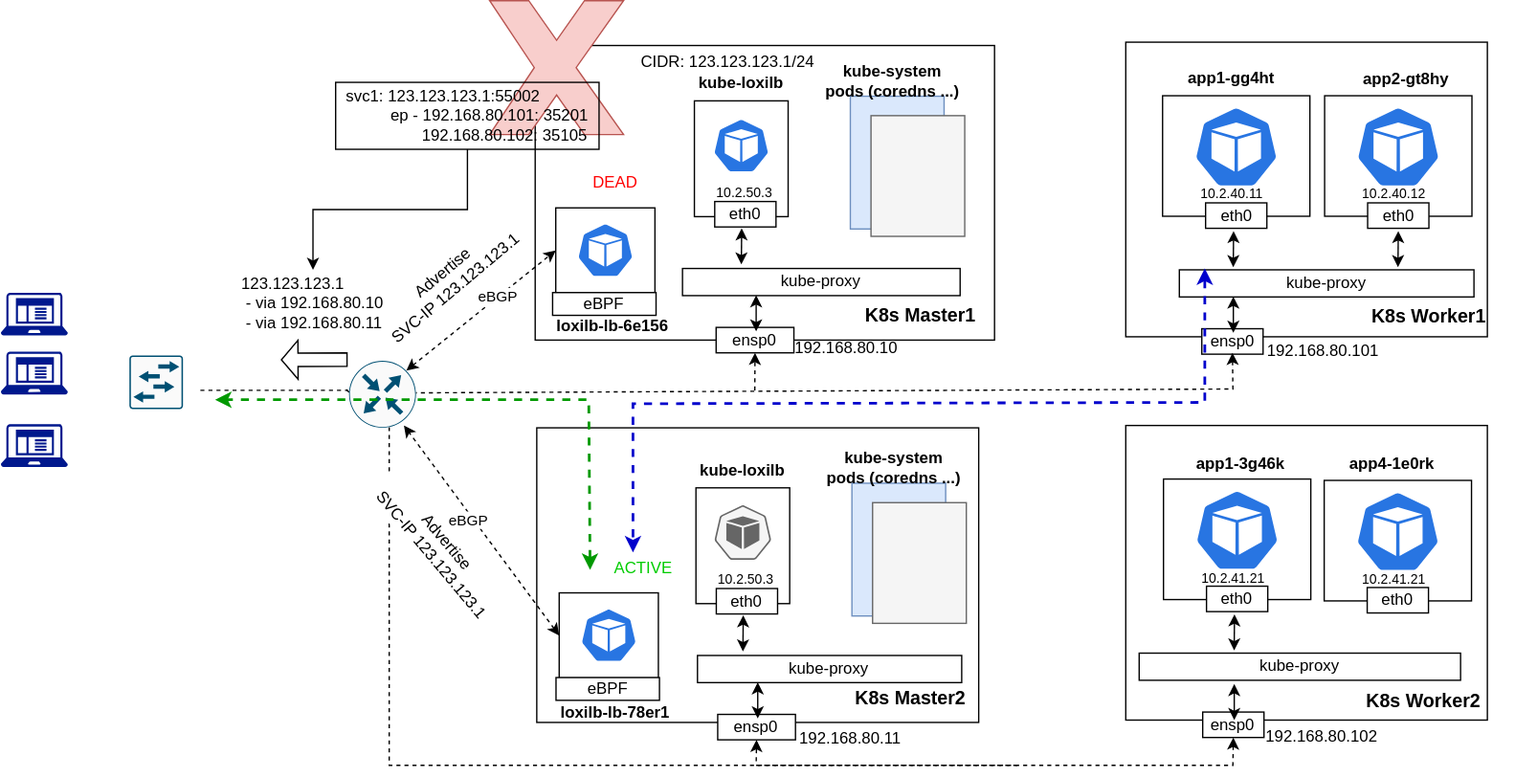
Earlier version of the draw.io export docs/photos/loxilb-k8s-arch-LoxiLB-HA-L3-ECMP-2.drawio.svg (loxilb-io/loxilbdocs). Source tidied: cells renumbered, new cells last; positions are measured from the earlier drawing's top-left corner, leaving out a move shared by most shapes.
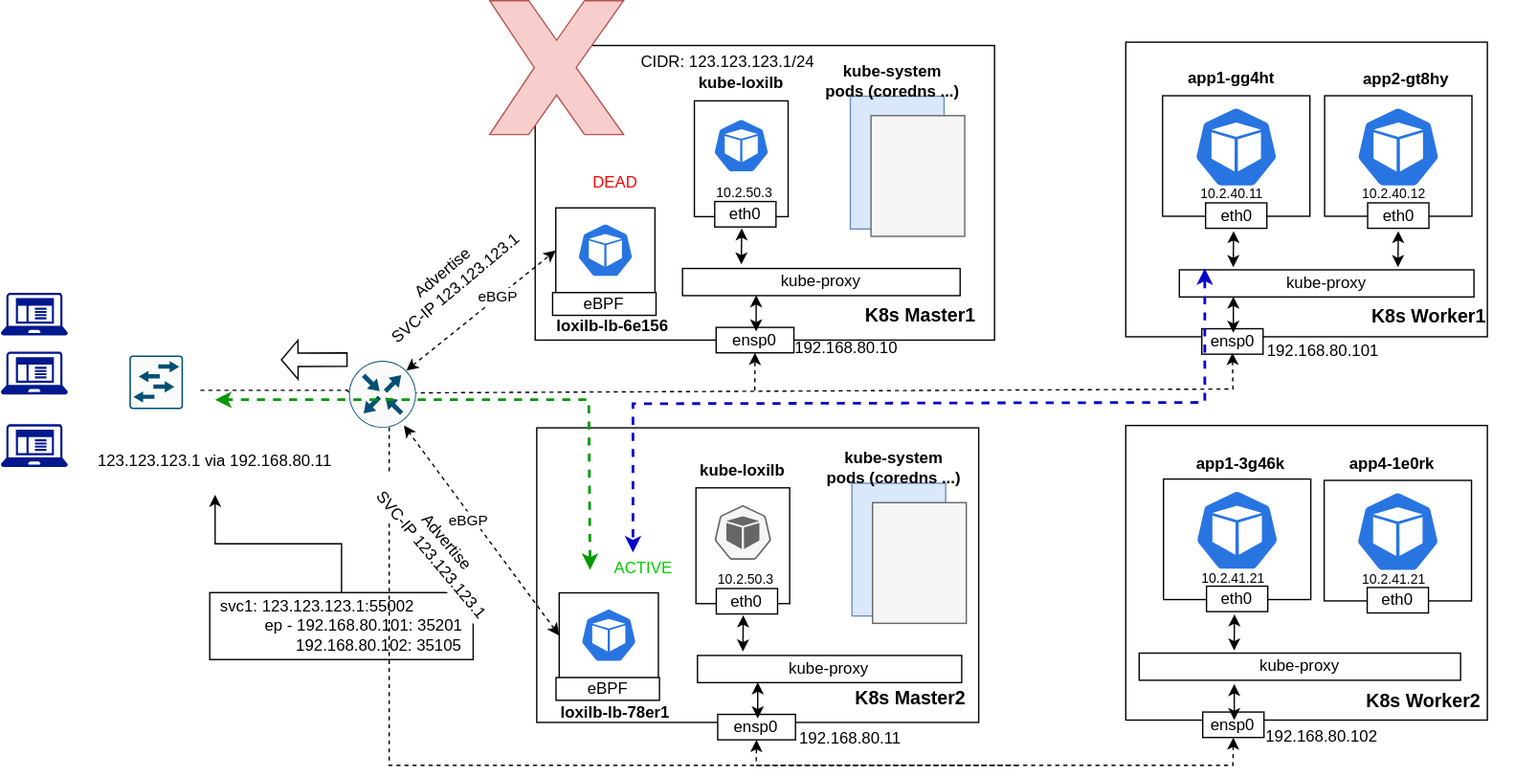
The same diagram one commit later.

The edit, as a diff of the source:
```diff
@@ -301,7 +301,7 @@
       <mxGeometry relative="1" as="geometry" />
     </mxCell>
     <mxCell id="86" value="&lt;div style=&quot;text-align: left;&quot;&gt;&lt;span style=&quot;background-color: initial;&quot;&gt;svc1: 123.123.123.1:55002&lt;/span&gt;&lt;br&gt;&lt;/div&gt;&lt;div style=&quot;text-align: left;&quot;&gt;&lt;span style=&quot;background-color: initial;&quot;&gt;&amp;nbsp; &amp;nbsp; &amp;nbsp; &amp;nbsp; &amp;nbsp; ep - 192.168.80.101: 35201&lt;/span&gt;&lt;/div&gt;&lt;div style=&quot;text-align: left;&quot;&gt;&lt;span style=&quot;background-color: initial;&quot;&gt;&amp;nbsp; &amp;nbsp; &amp;nbsp; &amp;nbsp; &amp;nbsp; &amp;nbsp; &amp;nbsp; &amp;nbsp; &amp;nbsp;192.168.80.102: 35105&lt;/span&gt;&lt;/div&gt;" style="text;html=1;strokeColor=default;fillColor=none;align=center;verticalAlign=middle;whiteSpace=wrap;rounded=0;" parent="1" vertex="1">
-      <mxGeometry x="250" y="61" width="196.7" height="50" as="geometry" />
+      <mxGeometry x="156" y="442.1" width="196.7" height="50" as="geometry" />
     </mxCell>
     <mxCell id="87" style="sketch=0;shadow=0;dashed=0;html=1;strokeColor=none;labelPosition=center;verticalLabelPosition=bottom;verticalAlign=top;align=center;fillColor=#00188D;shape=mxgraph.mscae.enterprise.client_application;" parent="1" vertex="1">
       <mxGeometry y="218" width="50" height="32" as="geometry" />
@@ -370,8 +370,8 @@
         </Array>
       </mxGeometry>
     </mxCell>
-    <mxCell id="102" value="&lt;div style=&quot;text-align: left;&quot;&gt;&lt;span style=&quot;background-color: initial;&quot;&gt;123.123.123.1&amp;nbsp;&lt;/span&gt;&lt;/div&gt;&lt;div style=&quot;text-align: left;&quot;&gt;&lt;span style=&quot;background-color: initial;&quot;&gt;&amp;nbsp;- via&amp;nbsp;&lt;/span&gt;&lt;span style=&quot;background-color: initial;&quot;&gt;192.168.80.10&lt;/span&gt;&lt;/div&gt;&lt;div style=&quot;text-align: left;&quot;&gt;&lt;span style=&quot;background-color: initial;&quot;&gt;&amp;nbsp;- via 192.168.80.11&lt;/span&gt;&lt;/div&gt;" style="text;html=1;strokeColor=none;fillColor=none;align=center;verticalAlign=middle;whiteSpace=wrap;rounded=0;" parent="1" vertex="1">
-      <mxGeometry x="156" y="201" width="154" height="50" as="geometry" />
+    <mxCell id="102" value="&lt;div style=&quot;text-align: left;&quot;&gt;&lt;span style=&quot;background-color: initial;&quot;&gt;123.123.123.1&amp;nbsp;&lt;/span&gt;&lt;span style=&quot;background-color: initial;&quot;&gt;via 192.168.80.11&lt;/span&gt;&lt;/div&gt;" style="text;html=1;strokeColor=none;fillColor=none;align=center;verticalAlign=middle;whiteSpace=wrap;rounded=0;" parent="1" vertex="1">
+      <mxGeometry x="70" y="319" width="180" height="50" as="geometry" />
     </mxCell>
     <mxCell id="103" style="endArrow=none;startArrow=classic;html=1;rounded=0;exitX=0.5;exitY=1;exitDx=0;exitDy=0;dashed=1;endFill=0;" parent="1" edge="1">
       <mxGeometry relative="1" as="geometry">
```
